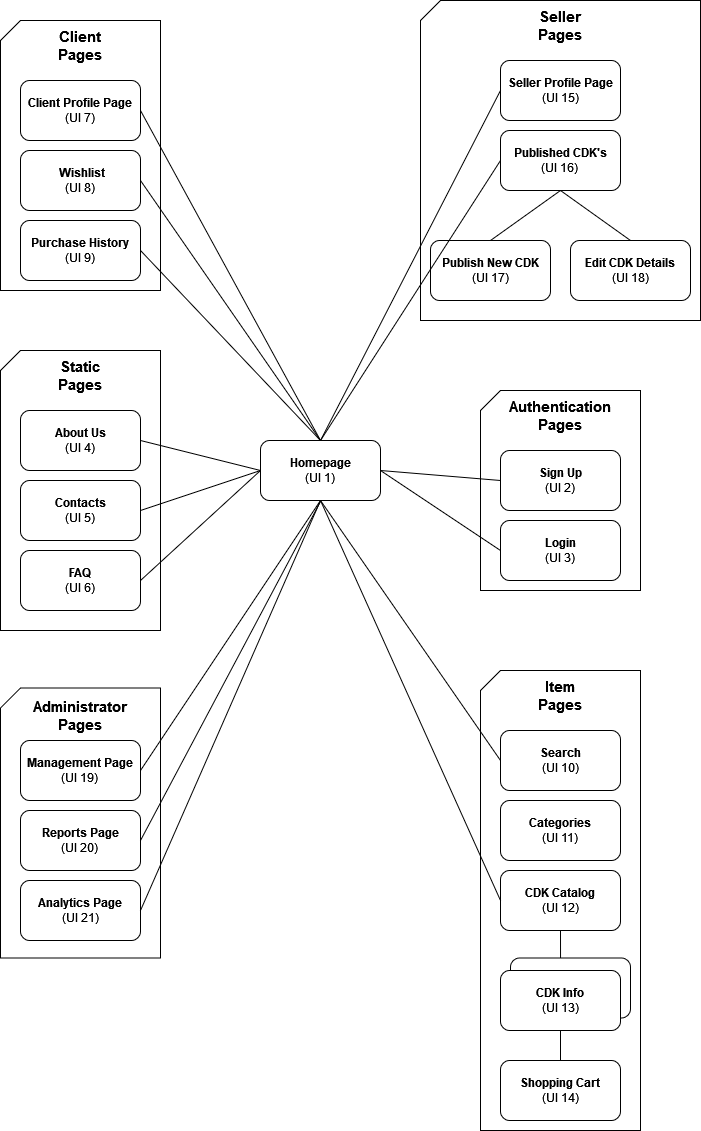
The draw.io diagram assets/sitemap.png in YZ1GO/L.EIC023_LBAW_PRJ, before a commit. Source tidied: cells renumbered, new cells last; positions are measured from the earlier drawing's top-left corner, leaving out a move shared by most shapes.
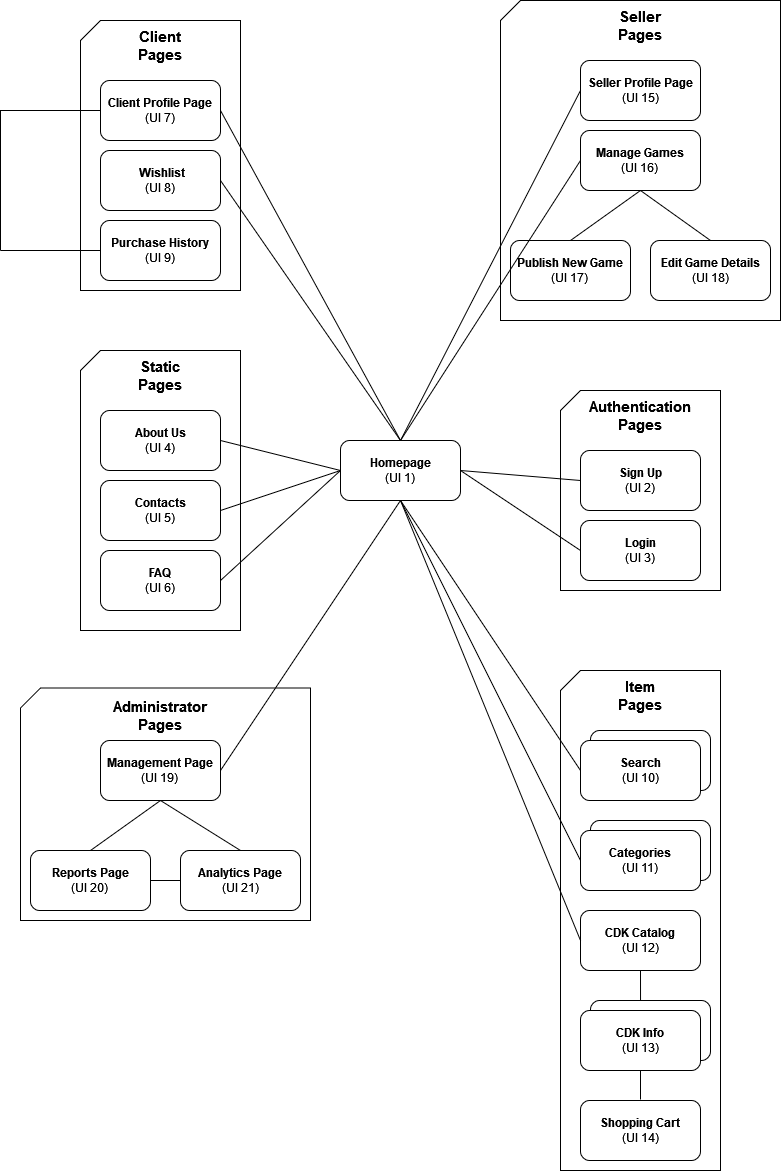
After the change.

Change to the diagram source:
```diff
@@ -3,18 +3,12 @@
     <mxCell id="0" />
     <mxCell id="1" parent="0" />
     <mxCell id="2" style="verticalLabelPosition=bottom;verticalAlign=top;html=1;shape=card;whiteSpace=wrap;size=20;arcSize=12;direction=east;" parent="1" vertex="1">
-      <mxGeometry y="687.5" width="160" height="270" as="geometry" />
+      <mxGeometry x="-60" y="687.5" width="290" height="232.5" as="geometry" />
     </mxCell>
     <mxCell id="3" value="&lt;font style=&quot;font-size: 15px;&quot;&gt;Administrator Pages&lt;/font&gt;" style="text;html=1;align=center;verticalAlign=middle;whiteSpace=wrap;rounded=0;fontStyle=1;" parent="1" vertex="1">
       <mxGeometry x="50" y="700" width="60" height="30" as="geometry" />
     </mxCell>
-    <mxCell id="4" value="&lt;div&gt;&lt;b&gt;Analytics Page&lt;/b&gt;&lt;/div&gt;(UI 21)" style="rounded=1;whiteSpace=wrap;html=1;" parent="1" vertex="1">
-      <mxGeometry x="20" y="880" width="120" height="60" as="geometry" />
-    </mxCell>
-    <mxCell id="5" value="&lt;div&gt;&lt;b&gt;Reports Page&lt;/b&gt;&lt;/div&gt;&lt;div&gt;(UI 20)&lt;br&gt;&lt;/div&gt;" style="rounded=1;whiteSpace=wrap;html=1;" parent="1" vertex="1">
-      <mxGeometry x="20" y="810" width="120" height="60" as="geometry" />
-    </mxCell>
-    <mxCell id="6" value="&lt;div&gt;&lt;b&gt;Management Page&lt;/b&gt;&lt;/div&gt;&lt;div&gt;(UI 19)&lt;br&gt;&lt;/div&gt;" style="rounded=1;whiteSpace=wrap;html=1;" parent="1" vertex="1">
+    <mxCell id="6" value="&lt;div&gt;&lt;b&gt;Management Page&lt;br&gt;&lt;/b&gt;&lt;/div&gt;&lt;div&gt;(UI 19)&lt;br&gt;&lt;/div&gt;" style="rounded=1;whiteSpace=wrap;html=1;" parent="1" vertex="1">
       <mxGeometry x="20" y="740" width="120" height="60" as="geometry" />
     </mxCell>
     <mxCell id="7" style="verticalLabelPosition=bottom;verticalAlign=top;html=1;shape=card;whiteSpace=wrap;size=20;arcSize=12;direction=east;" parent="1" vertex="1">
@@ -35,16 +29,16 @@
     <mxCell id="12" value="&lt;b&gt;&lt;font style=&quot;font-size: 15px;&quot;&gt;Seller Pages&lt;/font&gt;&lt;/b&gt;" style="text;html=1;align=center;verticalAlign=middle;whiteSpace=wrap;rounded=0;" parent="1" vertex="1">
       <mxGeometry x="530" y="10" width="60" height="30" as="geometry" />
     </mxCell>
-    <mxCell id="13" value="&lt;div&gt;&lt;b&gt;Published CDK's&lt;/b&gt;&lt;/div&gt;&lt;div&gt;(UI 16)&lt;b&gt;&lt;br&gt;&lt;/b&gt;&lt;/div&gt;" style="rounded=1;whiteSpace=wrap;html=1;" parent="1" vertex="1">
+    <mxCell id="13" value="&lt;div&gt;&lt;b&gt;Manage Games&lt;br&gt;&lt;/b&gt;&lt;/div&gt;&lt;div&gt;(UI 16)&lt;b&gt;&lt;br&gt;&lt;/b&gt;&lt;/div&gt;" style="rounded=1;whiteSpace=wrap;html=1;" parent="1" vertex="1">
       <mxGeometry x="500" y="130" width="120" height="60" as="geometry" />
     </mxCell>
     <mxCell id="14" style="endArrow=none;html=1;rounded=0;exitX=0.5;exitY=1;exitDx=0;exitDy=0;entryX=0.5;entryY=0;entryDx=0;entryDy=0;" parent="1" edge="1" source="13" target="16">
       <mxGeometry relative="1" as="geometry" />
     </mxCell>
-    <mxCell id="15" value="&lt;div&gt;&lt;b&gt;Edit CDK Details&lt;/b&gt;&lt;/div&gt;(UI 18)" style="rounded=1;whiteSpace=wrap;html=1;" parent="1" vertex="1">
+    <mxCell id="15" value="&lt;div&gt;&lt;b&gt;Edit Game Details&lt;/b&gt;&lt;/div&gt;(UI 18)" style="rounded=1;whiteSpace=wrap;html=1;" parent="1" vertex="1">
       <mxGeometry x="570" y="240" width="120" height="60" as="geometry" />
     </mxCell>
-    <mxCell id="16" value="&lt;div&gt;&lt;b&gt;Publish New CDK&lt;/b&gt;&lt;/div&gt;(UI 17)" style="rounded=1;whiteSpace=wrap;html=1;" parent="1" vertex="1">
+    <mxCell id="16" value="&lt;div&gt;&lt;b&gt;Publish New Game&lt;br&gt;&lt;/b&gt;&lt;/div&gt;(UI 17)" style="rounded=1;whiteSpace=wrap;html=1;" parent="1" vertex="1">
       <mxGeometry x="430" y="240" width="120" height="60" as="geometry" />
     </mxCell>
     <mxCell id="17" style="verticalLabelPosition=bottom;verticalAlign=top;html=1;shape=card;whiteSpace=wrap;size=20;arcSize=12;direction=east;" parent="1" vertex="1">
@@ -76,43 +70,32 @@
     <mxCell id="25" style="endArrow=none;html=1;rounded=0;entryX=1;entryY=0.5;entryDx=0;entryDy=0;exitX=0.5;exitY=0;exitDx=0;exitDy=0;" parent="1" edge="1" source="21" target="9">
       <mxGeometry relative="1" as="geometry" />
     </mxCell>
-    <mxCell id="26" style="endArrow=none;html=1;rounded=0;entryX=1;entryY=0.5;entryDx=0;entryDy=0;exitX=0.5;exitY=0;exitDx=0;exitDy=0;" parent="1" edge="1" source="21" target="10">
-      <mxGeometry relative="1" as="geometry" />
-    </mxCell>
     <mxCell id="27" style="endArrow=none;html=1;rounded=0;exitX=1;exitY=0.5;exitDx=0;exitDy=0;entryX=0;entryY=0.5;entryDx=0;entryDy=0;" parent="1" edge="1" source="19" target="21">
       <mxGeometry relative="1" as="geometry" />
     </mxCell>
     <mxCell id="28" style="verticalLabelPosition=bottom;verticalAlign=top;html=1;shape=card;whiteSpace=wrap;size=20;arcSize=12;direction=east;" parent="1" vertex="1">
-      <mxGeometry x="480" y="670" width="160" height="460" as="geometry" />
+      <mxGeometry x="480" y="670" width="160" height="500" as="geometry" />
     </mxCell>
     <mxCell id="29" value="&lt;font style=&quot;font-size: 15px;&quot;&gt;Item Pages&lt;/font&gt;" style="text;html=1;align=center;verticalAlign=middle;whiteSpace=wrap;rounded=0;fontStyle=1;" parent="1" vertex="1">
       <mxGeometry x="530" y="680" width="60" height="30" as="geometry" />
     </mxCell>
-    <mxCell id="30" value="&lt;div&gt;&lt;b&gt;Search&lt;/b&gt;&lt;/div&gt;(UI 10)" style="rounded=1;whiteSpace=wrap;html=1;" parent="1" vertex="1">
-      <mxGeometry x="500" y="730" width="120" height="60" as="geometry" />
+    <mxCell id="30" style="rounded=1;whiteSpace=wrap;html=1;" parent="1" vertex="1">
+      <mxGeometry x="510" y="730" width="120" height="60" as="geometry" />
     </mxCell>
     <mxCell id="31" value="&lt;div&gt;&lt;b&gt;CDK Catalog&lt;/b&gt;&lt;/div&gt;(UI 12)" style="rounded=1;whiteSpace=wrap;html=1;" parent="1" vertex="1">
-      <mxGeometry x="500" y="870" width="120" height="60" as="geometry" />
+      <mxGeometry x="500" y="910" width="120" height="60" as="geometry" />
     </mxCell>
     <mxCell id="32" style="rounded=1;whiteSpace=wrap;html=1;" parent="1" vertex="1">
-      <mxGeometry x="510" y="957.5" width="120" height="60" as="geometry" />
+      <mxGeometry x="510" y="1000" width="120" height="60" as="geometry" />
     </mxCell>
     <mxCell id="33" value="&lt;div&gt;&lt;b&gt;Shopping Cart&lt;/b&gt;&lt;/div&gt;(UI 14)" style="rounded=1;whiteSpace=wrap;html=1;" parent="1" vertex="1">
-      <mxGeometry x="500" y="1060" width="120" height="60" as="geometry" />
+      <mxGeometry x="500" y="1100" width="120" height="60" as="geometry" />
     </mxCell>
     <mxCell id="34" style="endArrow=none;html=1;rounded=0;exitX=1;exitY=0.5;exitDx=0;exitDy=0;entryX=0;entryY=0.5;entryDx=0;entryDy=0;" parent="1" edge="1" source="6">
       <mxGeometry relative="1" as="geometry">
         <mxPoint x="320" y="500" as="targetPoint" />
       </mxGeometry>
     </mxCell>
-    <mxCell id="35" style="endArrow=none;html=1;rounded=0;entryX=0;entryY=0.5;entryDx=0;entryDy=0;exitX=1;exitY=0.5;exitDx=0;exitDy=0;" parent="1" edge="1" source="5">
-      <mxGeometry relative="1" as="geometry">
-        <mxPoint x="320" y="501" as="targetPoint" />
-      </mxGeometry>
-    </mxCell>
-    <mxCell id="36" style="endArrow=none;html=1;rounded=0;entryX=0.5;entryY=1;entryDx=0;entryDy=0;exitX=1;exitY=0.5;exitDx=0;exitDy=0;" parent="1" edge="1" source="4" target="21">
-      <mxGeometry relative="1" as="geometry" />
-    </mxCell>
     <mxCell id="37" style="endArrow=none;html=1;rounded=0;exitX=0.5;exitY=1;exitDx=0;exitDy=0;entryX=0.5;entryY=0;entryDx=0;entryDy=0;" parent="1" edge="1" source="13" target="15">
       <mxGeometry relative="1" as="geometry" />
     </mxCell>
@@ -122,7 +105,7 @@
     <mxCell id="39" style="endArrow=none;html=1;rounded=0;exitX=1;exitY=0.5;exitDx=0;exitDy=0;entryX=0;entryY=0.5;entryDx=0;entryDy=0;" parent="1" edge="1" source="38" target="21">
       <mxGeometry relative="1" as="geometry" />
     </mxCell>
-    <mxCell id="40" style="endArrow=none;html=1;rounded=0;entryX=0.5;entryY=1;entryDx=0;entryDy=0;exitX=0;exitY=0.5;exitDx=0;exitDy=0;" parent="1" edge="1" source="30" target="21">
+    <mxCell id="40" style="endArrow=none;html=1;rounded=0;entryX=0.5;entryY=1;entryDx=0;entryDy=0;exitX=0;exitY=0.5;exitDx=0;exitDy=0;" parent="1" edge="1" source="57" target="21">
       <mxGeometry relative="1" as="geometry" />
     </mxCell>
     <mxCell id="41" style="endArrow=none;html=1;rounded=0;entryX=0.5;entryY=1;entryDx=0;entryDy=0;exitX=0;exitY=0.5;exitDx=0;exitDy=0;" parent="1" edge="1" source="31" target="21">
@@ -133,7 +116,7 @@
     </mxCell>
     <mxCell id="43" style="endArrow=none;html=1;rounded=0;exitX=0.5;exitY=0;exitDx=0;exitDy=0;entryX=0.5;entryY=1;entryDx=0;entryDy=0;" parent="1" edge="1" target="47">
       <mxGeometry relative="1" as="geometry">
-        <mxPoint x="560" y="1060" as="sourcePoint" />
+        <mxPoint x="560" y="1099" as="sourcePoint" />
       </mxGeometry>
     </mxCell>
     <mxCell id="44" value="&lt;div&gt;&lt;b&gt;Client Profile Page&lt;/b&gt;&lt;/div&gt;(UI 7)" style="rounded=1;whiteSpace=wrap;html=1;" parent="1" vertex="1">
@@ -149,7 +132,7 @@
       </mxGeometry>
     </mxCell>
     <mxCell id="47" value="&lt;div&gt;&lt;b&gt;CDK Info&lt;/b&gt;&lt;/div&gt;(UI 13)" style="rounded=1;whiteSpace=wrap;html=1;" parent="1" vertex="1">
-      <mxGeometry x="500" y="970" width="120" height="60" as="geometry" />
+      <mxGeometry x="500" y="1010" width="120" height="60" as="geometry" />
     </mxCell>
     <mxCell id="48" style="verticalLabelPosition=bottom;verticalAlign=top;html=1;shape=card;whiteSpace=wrap;size=20;arcSize=12;direction=east;" parent="1" vertex="1">
       <mxGeometry x="480" y="390" width="160" height="200" as="geometry" />
@@ -163,8 +146,8 @@
     <mxCell id="51" value="&lt;font style=&quot;font-size: 15px;&quot;&gt;&lt;b&gt;Authentication Pages&lt;/b&gt;&lt;/font&gt;" style="text;html=1;align=center;verticalAlign=middle;whiteSpace=wrap;rounded=0;" parent="1" vertex="1">
       <mxGeometry x="530" y="400" width="60" height="30" as="geometry" />
     </mxCell>
-    <mxCell id="52" value="&lt;div&gt;&lt;b&gt;Categories&lt;/b&gt;&lt;/div&gt;(UI 11)" style="rounded=1;whiteSpace=wrap;html=1;" parent="1" vertex="1">
-      <mxGeometry x="500" y="800" width="120" height="60" as="geometry" />
+    <mxCell id="52" style="rounded=1;whiteSpace=wrap;html=1;" parent="1" vertex="1">
+      <mxGeometry x="510" y="820" width="120" height="60" as="geometry" />
     </mxCell>
     <mxCell id="53" style="endArrow=none;html=1;rounded=0;exitX=1;exitY=0.5;exitDx=0;exitDy=0;entryX=0;entryY=0.5;entryDx=0;entryDy=0;" parent="1" edge="1" target="49">
       <mxGeometry relative="1" as="geometry">
@@ -176,5 +159,45 @@
         <mxPoint x="500" y="550" as="targetPoint" />
       </mxGeometry>
     </mxCell>
+    <mxCell id="55" style="endArrow=none;html=1;rounded=0;entryX=0.5;entryY=1;entryDx=0;entryDy=0;exitX=0;exitY=0.5;exitDx=0;exitDy=0;" parent="1" edge="1" source="56" target="21">
+      <mxGeometry relative="1" as="geometry" />
+    </mxCell>
+    <mxCell id="56" value="&lt;div&gt;&lt;b&gt;Categories&lt;/b&gt;&lt;/div&gt;(UI 11)" style="rounded=1;whiteSpace=wrap;html=1;" parent="1" vertex="1">
+      <mxGeometry x="500" y="830" width="120" height="60" as="geometry" />
+    </mxCell>
+    <mxCell id="57" value="&lt;div&gt;&lt;b&gt;Search&lt;/b&gt;&lt;/div&gt;(UI 10)" style="rounded=1;whiteSpace=wrap;html=1;" parent="1" vertex="1">
+      <mxGeometry x="500" y="740" width="120" height="60" as="geometry" />
+    </mxCell>
+    <mxCell id="5" value="&lt;div&gt;&lt;b&gt;Reports Page&lt;/b&gt;&lt;/div&gt;&lt;div&gt;(UI 20)&lt;br&gt;&lt;/div&gt;" style="rounded=1;whiteSpace=wrap;html=1;" parent="1" vertex="1">
+      <mxGeometry x="-50" y="850" width="120" height="60" as="geometry" />
+    </mxCell>
+    <mxCell id="4" value="&lt;div&gt;&lt;b&gt;Analytics Page&lt;/b&gt;&lt;/div&gt;(UI 21)" style="rounded=1;whiteSpace=wrap;html=1;" parent="1" vertex="1">
+      <mxGeometry x="100" y="850" width="120" height="60" as="geometry" />
+    </mxCell>
+    <mxCell id="58" style="endArrow=none;html=1;rounded=0;exitX=0.5;exitY=0;exitDx=0;exitDy=0;" parent="1" edge="1" source="5">
+      <mxGeometry relative="1" as="geometry">
+        <mxPoint x="80" y="800" as="targetPoint" />
+      </mxGeometry>
+    </mxCell>
+    <mxCell id="59" style="endArrow=none;html=1;rounded=0;entryX=0.5;entryY=1;entryDx=0;entryDy=0;exitX=0.5;exitY=0;exitDx=0;exitDy=0;" parent="1" edge="1" source="4" target="6">
+      <mxGeometry relative="1" as="geometry" />
+    </mxCell>
+    <mxCell id="60" style="endArrow=none;html=1;rounded=0;entryX=0;entryY=0.5;entryDx=0;entryDy=0;exitX=1;exitY=0.5;exitDx=0;exitDy=0;" parent="1" edge="1" source="5" target="4">
+      <mxGeometry relative="1" as="geometry" />
+    </mxCell>
+    <mxCell id="61" style="endArrow=none;html=1;rounded=0;entryX=0;entryY=0.5;entryDx=0;entryDy=0;" parent="1" edge="1" target="44">
+      <mxGeometry relative="1" as="geometry">
+        <mxPoint x="-80" y="110" as="sourcePoint" />
+        <Array as="points">
+          <mxPoint x="-80" y="250" />
+          <mxPoint x="-80" y="110" />
+        </Array>
+      </mxGeometry>
+    </mxCell>
+    <mxCell id="62" style="endArrow=none;html=1;rounded=0;entryX=0;entryY=0.5;entryDx=0;entryDy=0;" parent="1" edge="1" target="10">
+      <mxGeometry relative="1" as="geometry">
+        <mxPoint x="-80" y="250" as="sourcePoint" />
+      </mxGeometry>
+    </mxCell>
   </root>
 </mxGraphModel>
```
